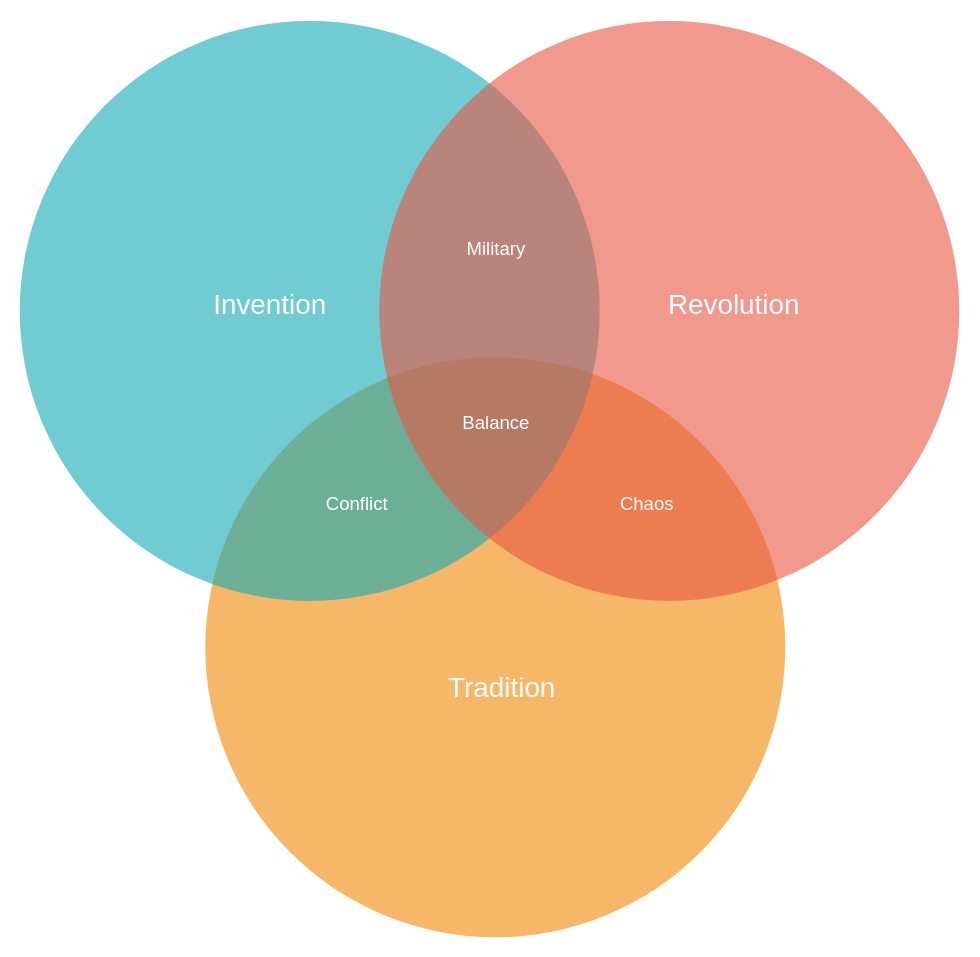
Before: src/1_HLDDesignComponents/0_SystemGlossaries/assests/CAP_Theorem.drawio in Anshul619/HLD-System-Designs, a draw.io diagram. Source tidied: cells renumbered, new cells numbered last; positions are measured from the earlier drawing's top-left corner, leaving out a move shared by most shapes. Both pictures are drawn from the tidied source at 116%, with x=0, y=0 at pixel (20, 20).
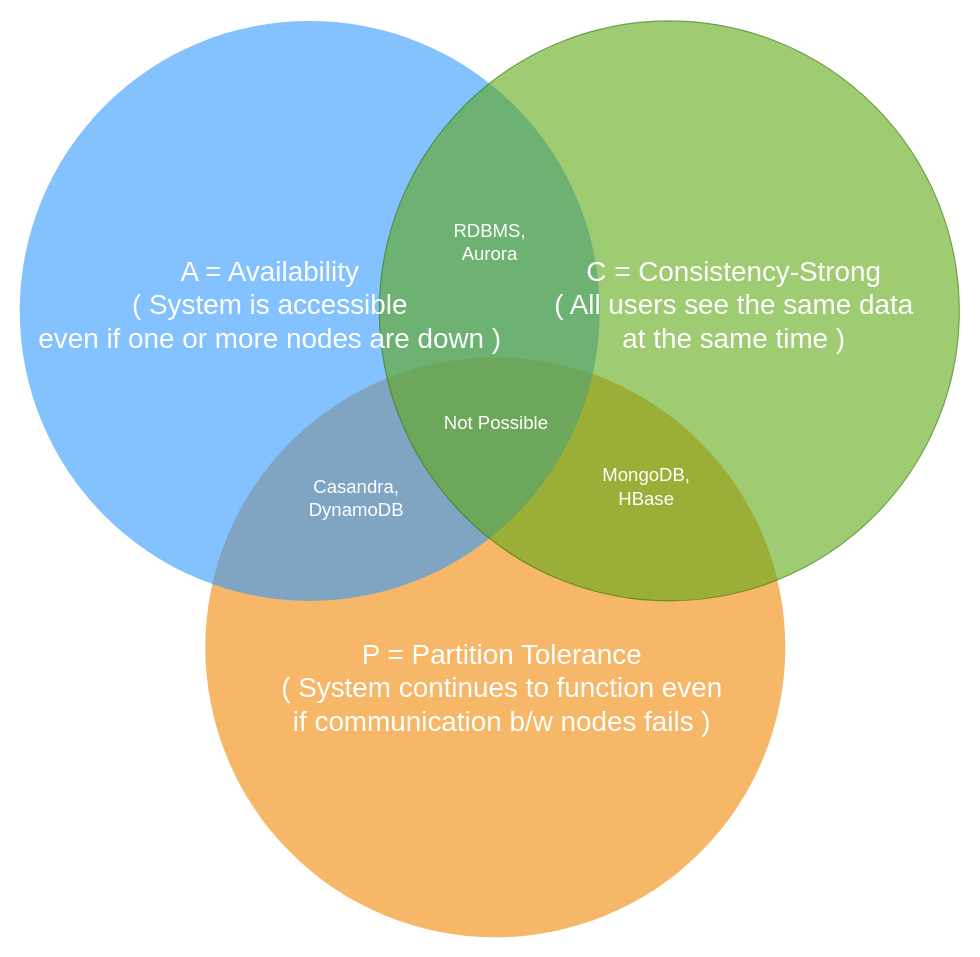
The same page after the edit.

The edit, as a diff of the source:
```diff
@@
 <mxGraphModel>
   <root>
     <mxCell id="0" />
     <mxCell id="1" parent="0" />
     <mxCell id="2" style="ellipse;fillColor=#F08705;opacity=60;strokeColor=none;html=1;fontColor=#FFFFFF;" parent="1" vertex="1">
       <mxGeometry x="159.5" y="290.5" width="500" height="500" as="geometry" />
     </mxCell>
-    <mxCell id="3" style="ellipse;fillColor=#12AAB5;opacity=60;strokeColor=none;html=1;fontColor=#FFFFFF;" parent="1" vertex="1">
+    <mxCell id="3" style="ellipse;fillColor=#3399FF;opacity=60;strokeColor=none;html=1;fontColor=#FFFFFF;" parent="1" vertex="1">
       <mxGeometry x="-0.5" y="0.5" width="500" height="500" as="geometry" />
     </mxCell>
-    <mxCell id="4" style="ellipse;fillColor=#e85642;opacity=60;strokeColor=none;html=1;fontColor=#FFFFFF;" parent="1" vertex="1">
+    <mxCell id="4" style="ellipse;fillColor=#60a917;opacity=60;strokeColor=#2D7600;html=1;fontColor=#ffffff;" parent="1" vertex="1">
       <mxGeometry x="309.5" y="0.5" width="500" height="500" as="geometry" />
     </mxCell>
-    <mxCell id="5" value="Invention" style="text;fontSize=24;align=center;verticalAlign=middle;html=1;fontColor=#FFFFFF;" parent="1" vertex="1">
+    <mxCell id="5" value="&lt;div&gt;A = Availability&lt;/div&gt;&lt;div&gt;( System is accessible &lt;br&gt;&lt;/div&gt;&lt;div&gt;even if one or more nodes are down )&lt;br&gt;&lt;/div&gt;" style="text;fontSize=24;align=center;verticalAlign=middle;html=1;fontColor=#FFFFFF;" parent="1" vertex="1">
       <mxGeometry x="119.5" y="210.5" width="190" height="70" as="geometry" />
     </mxCell>
-    <mxCell id="6" value="Revolution" style="text;fontSize=24;align=center;verticalAlign=middle;html=1;fontColor=#FFFFFF;" parent="1" vertex="1">
+    <mxCell id="6" value="&lt;div&gt;C = Consistency-Strong &lt;br&gt;&lt;/div&gt;&lt;div&gt;( All users see the same data &lt;br&gt;&lt;/div&gt;&lt;div&gt;at the same time )&lt;/div&gt;" style="text;fontSize=24;align=center;verticalAlign=middle;html=1;fontColor=#FFFFFF;" parent="1" vertex="1">
       <mxGeometry x="519.5" y="210.5" width="190" height="70" as="geometry" />
     </mxCell>
-    <mxCell id="7" value="Tradition" style="text;fontSize=24;align=center;verticalAlign=middle;html=1;fontColor=#FFFFFF;" parent="1" vertex="1">
+    <mxCell id="7" value="&lt;div&gt;P = Partition Tolerance &lt;br&gt;&lt;/div&gt;&lt;div&gt;( System continues to function even &lt;br&gt;&lt;/div&gt;&lt;div&gt;if communication b/w nodes fails )&lt;br&gt;&lt;/div&gt;" style="text;fontSize=24;align=center;verticalAlign=middle;html=1;fontColor=#FFFFFF;" parent="1" vertex="1">
       <mxGeometry x="319.5" y="540.5" width="190" height="70" as="geometry" />
     </mxCell>
-    <mxCell id="8" value="Military" style="text;align=center;html=1;fontColor=#FFFFFF;fontSize=16;" parent="1" vertex="1">
-      <mxGeometry x="389.5" y="180.5" width="40" height="40" as="geometry" />
-    </mxCell>
-    <mxCell id="9" value="Conflict" style="text;align=center;html=1;fontColor=#FFFFFF;fontSize=16;" parent="1" vertex="1">
-      <mxGeometry x="269.5" y="400.5" width="40" height="40" as="geometry" />
-    </mxCell>
-    <mxCell id="10" value="Chaos" style="text;align=center;html=1;fontColor=#FFFFFF;fontSize=16;" parent="1" vertex="1">
-      <mxGeometry x="519.5" y="400.5" width="40" height="40" as="geometry" />
-    </mxCell>
-    <mxCell id="11" value="Balance" style="text;align=center;html=1;fontColor=#FFFFFF;fontSize=16;" parent="1" vertex="1">
+    <mxCell id="11" value="Not Possible" style="text;align=center;html=1;fontColor=#FFFFFF;fontSize=16;" parent="1" vertex="1">
       <mxGeometry x="389.5" y="330.5" width="40" height="40" as="geometry" />
     </mxCell>
+    <mxCell id="12" value="RDBMS, Aurora" style="text;html=1;strokeColor=none;fillColor=none;align=center;verticalAlign=middle;whiteSpace=wrap;rounded=0;fontSize=16;fontColor=#FFFFFF;" parent="1" vertex="1">
+      <mxGeometry x="365" y="170.5" width="80" height="40" as="geometry" />
+    </mxCell>
+    <mxCell id="13" value="Casandra, DynamoDB" style="text;html=1;strokeColor=none;fillColor=none;align=center;verticalAlign=middle;whiteSpace=wrap;rounded=0;fontSize=16;fontColor=#FFFFFF;" parent="1" vertex="1">
+      <mxGeometry x="250" y="392" width="80" height="40" as="geometry" />
+    </mxCell>
+    <mxCell id="14" value="&lt;div&gt;MongoDB,&lt;/div&gt;&lt;div&gt;HBase&lt;br&gt;&lt;/div&gt;" style="text;html=1;strokeColor=none;fillColor=none;align=center;verticalAlign=middle;whiteSpace=wrap;rounded=0;fontSize=16;fontColor=#FFFFFF;" parent="1" vertex="1">
+      <mxGeometry x="499.5" y="382" width="80" height="40" as="geometry" />
+    </mxCell>
   </root>
 </mxGraphModel>
```
